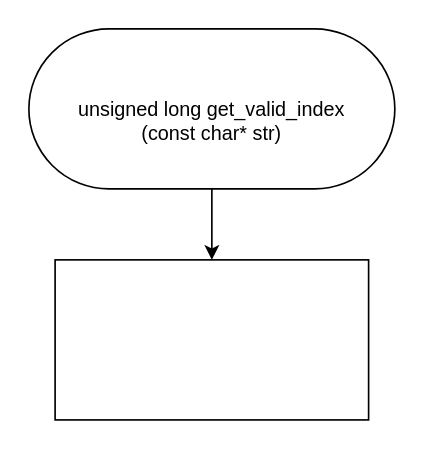
Earlier version of the draw.io diagram get_valid_index.drawio (kravecila28-ops/Block-diagram_templates). Source tidied: cells renumbered, new cells numbered last; positions are measured from the earlier drawing's top-left corner, leaving out a move shared by most shapes. Both pictures are drawn from the tidied source at 165%, with x=0, y=0 at pixel (28, 28).
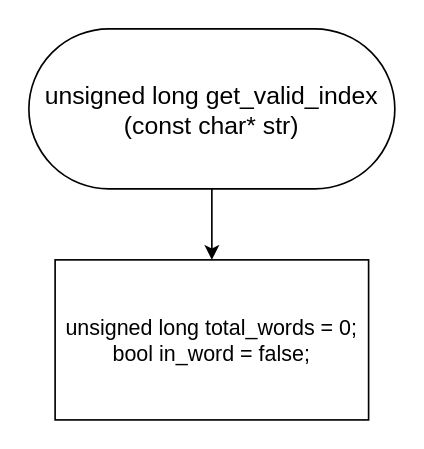
After the change.

The edit, as a diff of the source:
```diff
@@
 <mxGraphModel>
   <root>
     <mxCell id="0" />
     <mxCell id="1" parent="0" />
     <mxCell id="2" style="edgeStyle=orthogonalEdgeStyle;rounded=0;jettySize=auto;html=1;exitX=0.5;exitY=1;exitDx=0;exitDy=0;entryX=0.5;entryY=0;entryDx=0;entryDy=0;" parent="1" edge="1" source="3" target="4">
       <mxGeometry relative="1" as="geometry" />
     </mxCell>
-    <mxCell id="3" value="&lt;div&gt;&lt;br&gt;&lt;/div&gt;&lt;div&gt;unsigned long get_valid_index&lt;/div&gt;&lt;div&gt;(const char* str)&lt;/div&gt;" style="rounded=1;whiteSpace=wrap;html=1;arcSize=50;labelBackgroundColor=none;" parent="1" vertex="1">
+    <mxCell id="3" value="&lt;div&gt;&lt;span style=&quot;font-size: 15px; background-color: transparent; color: light-dark(rgb(0, 0, 0), rgb(255, 255, 255));&quot;&gt;unsigned long get_valid_index&lt;/span&gt;&lt;/div&gt;&lt;div&gt;&lt;font style=&quot;font-size: 15px;&quot;&gt;(const char* str)&lt;/font&gt;&lt;/div&gt;" style="rounded=1;whiteSpace=wrap;html=1;arcSize=50;labelBackgroundColor=none;" parent="1" vertex="1">
       <mxGeometry width="221.8" height="97" as="geometry" />
     </mxCell>
-    <mxCell id="4" style="rounded=0;whiteSpace=wrap;html=1;labelBackgroundColor=none;" parent="1" vertex="1">
+    <mxCell id="4" value="&lt;div&gt;&lt;font style=&quot;font-size: 13px;&quot;&gt;unsigned long total_words = 0;&lt;/font&gt;&lt;/div&gt;&lt;div&gt;&lt;font style=&quot;font-size: 13px;&quot;&gt;bool in_word = false;&lt;/font&gt;&lt;/div&gt;" style="rounded=0;whiteSpace=wrap;html=1;labelBackgroundColor=none;" parent="1" vertex="1">
       <mxGeometry x="15.9" y="140" width="190" height="97" as="geometry" />
     </mxCell>
   </root>
 </mxGraphModel>
```
